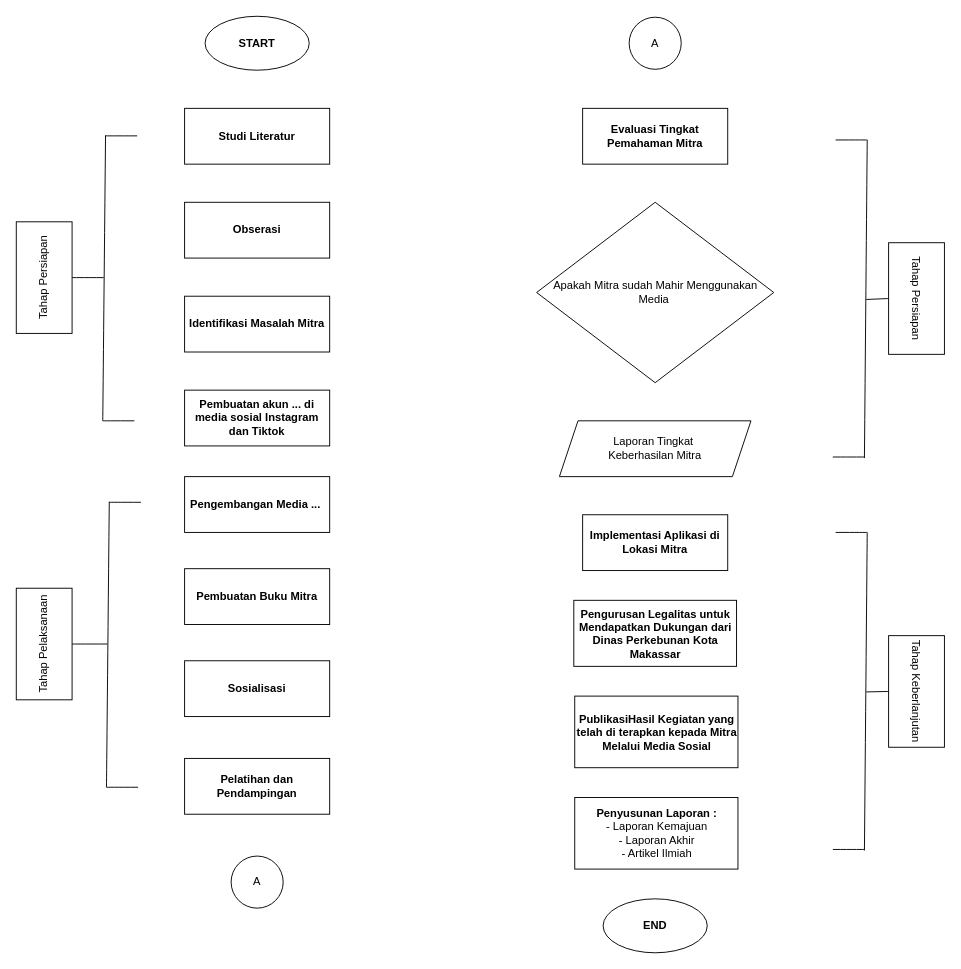
The draw.io diagram Metode Riset.drawio in NahwaKakaa/Draw.Io, before the edit. Source tidied: cells renumbered, new cells numbered last; positions are measured from the earlier drawing's top-left corner, leaving out a move shared by most shapes. Both pictures are drawn from the tidied source at 93%, with x=0, y=0 at pixel (-12, 16).
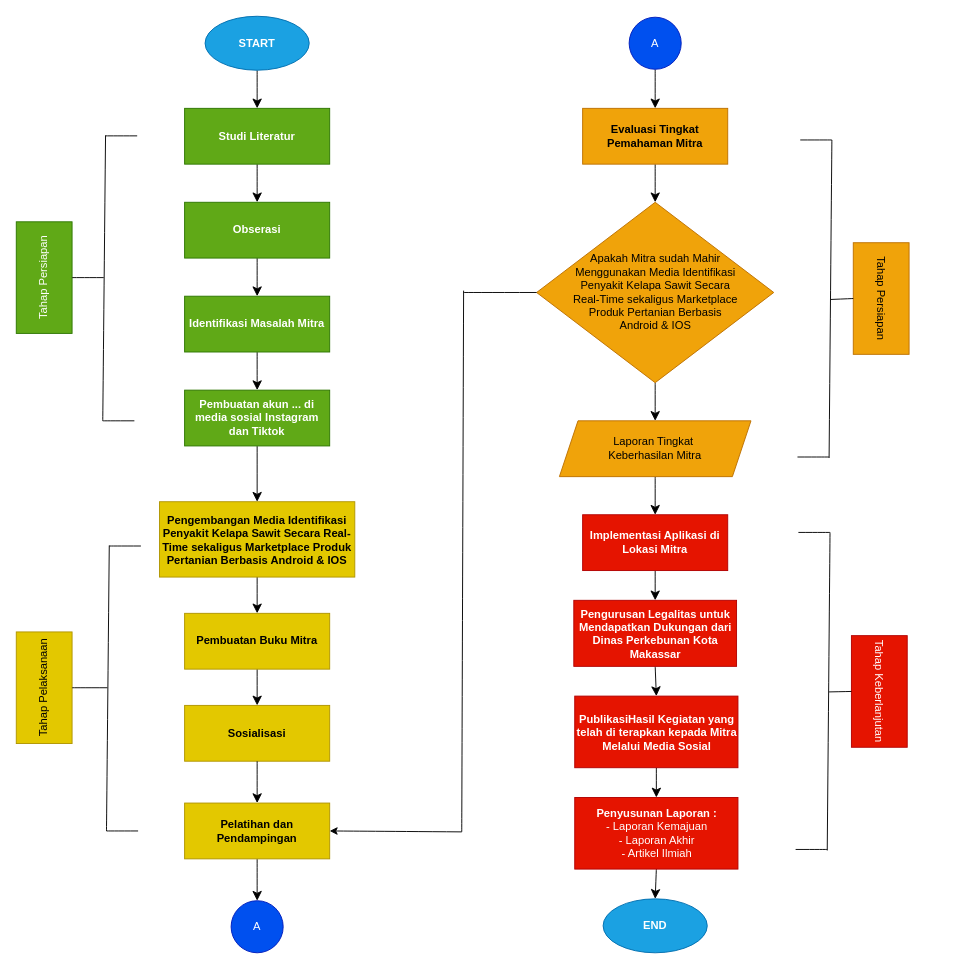
Above is the later version.

Diff of the diagram source:
```diff
@@
-<mxGraphModel>
+<mxGraphModel background="#FFFFFF">
@@
+    <mxCell id="45" style="edgeStyle=none;curved=1;rounded=0;jettySize=auto;html=1;exitX=0.5;exitY=1;exitDx=0;exitDy=0;fontSize=12;startSize=8;endSize=8;" parent="1" edge="1" source="2" target="3">
+      <mxGeometry relative="1" as="geometry" />
+    </mxCell>
-    <mxCell id="2" value="&lt;h4&gt;&lt;font&gt;START&lt;/font&gt;&lt;/h4&gt;" style="ellipse;whiteSpace=wrap;html=1;" parent="1" vertex="1">
+    <mxCell id="2" value="&lt;h4&gt;&lt;font&gt;START&lt;/font&gt;&lt;/h4&gt;" style="ellipse;whiteSpace=wrap;html=1;fillColor=#1ba1e2;fontColor=#ffffff;strokeColor=#006EAF;" parent="1" vertex="1">
       <mxGeometry x="233" width="112" height="58" as="geometry" />
     </mxCell>
+    <mxCell id="46" style="edgeStyle=none;curved=1;rounded=0;jettySize=auto;html=1;exitX=0.5;exitY=1;exitDx=0;exitDy=0;entryX=0.5;entryY=0;entryDx=0;entryDy=0;fontSize=12;startSize=8;endSize=8;" parent="1" edge="1" source="3" target="4">
+      <mxGeometry relative="1" as="geometry" />
+    </mxCell>
-    <mxCell id="3" value="&lt;h4&gt;Studi Literatur&lt;/h4&gt;" style="rounded=0;whiteSpace=wrap;html=1;" parent="1" vertex="1">
+    <mxCell id="3" value="&lt;h4&gt;Studi Literatur&lt;/h4&gt;" style="rounded=0;whiteSpace=wrap;html=1;fillColor=#60a917;fontColor=#ffffff;strokeColor=#2D7600;" parent="1" vertex="1">
       <mxGeometry x="211" y="99" width="156" height="60" as="geometry" />
     </mxCell>
+    <mxCell id="47" style="edgeStyle=none;curved=1;rounded=0;jettySize=auto;html=1;exitX=0.5;exitY=1;exitDx=0;exitDy=0;entryX=0.5;entryY=0;entryDx=0;entryDy=0;fontSize=12;startSize=8;endSize=8;" parent="1" edge="1" source="4" target="5">
+      <mxGeometry relative="1" as="geometry" />
+    </mxCell>
-    <mxCell id="4" value="&lt;h4&gt;Obserasi&lt;/h4&gt;" style="rounded=0;whiteSpace=wrap;html=1;" parent="1" vertex="1">
+    <mxCell id="4" value="&lt;h4&gt;Obserasi&lt;/h4&gt;" style="rounded=0;whiteSpace=wrap;html=1;fillColor=#60a917;fontColor=#ffffff;strokeColor=#2D7600;" parent="1" vertex="1">
       <mxGeometry x="211" y="200" width="156" height="60" as="geometry" />
     </mxCell>
+    <mxCell id="48" style="edgeStyle=none;curved=1;rounded=0;jettySize=auto;html=1;exitX=0.5;exitY=1;exitDx=0;exitDy=0;fontSize=12;startSize=8;endSize=8;" parent="1" edge="1" source="5" target="6">
+      <mxGeometry relative="1" as="geometry" />
+    </mxCell>
-    <mxCell id="5" value="&lt;h4&gt;Identifikasi Masalah Mitra&lt;/h4&gt;" style="rounded=0;whiteSpace=wrap;html=1;" parent="1" vertex="1">
+    <mxCell id="5" value="&lt;h4&gt;Identifikasi Masalah Mitra&lt;/h4&gt;" style="rounded=0;whiteSpace=wrap;html=1;fillColor=#60a917;fontColor=#ffffff;strokeColor=#2D7600;" parent="1" vertex="1">
       <mxGeometry x="211" y="301" width="156" height="60" as="geometry" />
     </mxCell>
+    <mxCell id="49" style="edgeStyle=none;curved=1;rounded=0;jettySize=auto;html=1;exitX=0.5;exitY=1;exitDx=0;exitDy=0;entryX=0.5;entryY=0;entryDx=0;entryDy=0;fontSize=12;startSize=8;endSize=8;" parent="1" edge="1" source="6" target="7">
+      <mxGeometry relative="1" as="geometry" />
+    </mxCell>
-    <mxCell id="6" value="&lt;h4&gt;Pembuatan akun ... di media sosial Instagram dan Tiktok&lt;/h4&gt;" style="rounded=0;whiteSpace=wrap;html=1;" parent="1" vertex="1">
+    <mxCell id="6" value="&lt;h4&gt;Pembuatan akun ... di media sosial Instagram dan Tiktok&lt;/h4&gt;" style="rounded=0;whiteSpace=wrap;html=1;fillColor=#60a917;fontColor=#ffffff;strokeColor=#2D7600;" parent="1" vertex="1">
       <mxGeometry x="211" y="402" width="156" height="60" as="geometry" />
     </mxCell>
+    <mxCell id="50" style="edgeStyle=none;curved=1;rounded=0;jettySize=auto;html=1;exitX=0.5;exitY=1;exitDx=0;exitDy=0;entryX=0.5;entryY=0;entryDx=0;entryDy=0;fontSize=12;startSize=8;endSize=8;" parent="1" edge="1" source="7" target="8">
+      <mxGeometry relative="1" as="geometry" />
+    </mxCell>
-    <mxCell id="7" value="&lt;h4&gt;Pengembangan Media ...&amp;nbsp;&lt;/h4&gt;" style="rounded=0;whiteSpace=wrap;html=1;" parent="1" vertex="1">
-      <mxGeometry x="211" y="495" width="156" height="60" as="geometry" />
+    <mxCell id="7" value="&lt;h4&gt;Pengembangan Media Identifikasi Penyakit Kelapa Sawit Secara Real-Time sekaligus Marketplace Produk Pertanian Berbasis Android &amp;amp; IOS&lt;/h4&gt;" style="rounded=0;whiteSpace=wrap;html=1;fillColor=#e3c800;fontColor=#000000;strokeColor=#B09500;" parent="1" vertex="1">
+      <mxGeometry x="184" y="522" width="210" height="81" as="geometry" />
     </mxCell>
+    <mxCell id="51" style="edgeStyle=none;curved=1;rounded=0;jettySize=auto;html=1;exitX=0.5;exitY=1;exitDx=0;exitDy=0;fontSize=12;startSize=8;endSize=8;" parent="1" edge="1" source="8" target="9">
+      <mxGeometry relative="1" as="geometry" />
+    </mxCell>
-    <mxCell id="8" value="&lt;h4&gt;Pembuatan Buku Mitra&lt;/h4&gt;" style="rounded=0;whiteSpace=wrap;html=1;" parent="1" vertex="1">
-      <mxGeometry x="211" y="594" width="156" height="60" as="geometry" />
+    <mxCell id="8" value="&lt;h4&gt;Pembuatan Buku Mitra&lt;/h4&gt;" style="rounded=0;whiteSpace=wrap;html=1;fillColor=#e3c800;fontColor=#000000;strokeColor=#B09500;" parent="1" vertex="1">
+      <mxGeometry x="211" y="642" width="156" height="60" as="geometry" />
     </mxCell>
-    <mxCell id="9" value="&lt;h4&gt;Sosialisasi&lt;/h4&gt;" style="rounded=0;whiteSpace=wrap;html=1;" parent="1" vertex="1">
-      <mxGeometry x="211" y="693" width="156" height="60" as="geometry" />
+    <mxCell id="9" value="&lt;h4&gt;Sosialisasi&lt;/h4&gt;" style="rounded=0;whiteSpace=wrap;html=1;fillColor=#e3c800;fontColor=#000000;strokeColor=#B09500;" parent="1" vertex="1">
+      <mxGeometry x="211" y="741" width="156" height="60" as="geometry" />
     </mxCell>
+    <mxCell id="52" style="edgeStyle=none;curved=1;rounded=0;jettySize=auto;html=1;exitX=0.5;exitY=1;exitDx=0;exitDy=0;entryX=0.5;entryY=0;entryDx=0;entryDy=0;fontSize=12;startSize=8;endSize=8;" parent="1" edge="1" source="10" target="23">
+      <mxGeometry relative="1" as="geometry" />
+    </mxCell>
-    <mxCell id="10" value="&lt;h4&gt;Pelatihan dan Pendampingan&lt;/h4&gt;" style="rounded=0;whiteSpace=wrap;html=1;" parent="1" vertex="1">
-      <mxGeometry x="211" y="798" width="156" height="60" as="geometry" />
+    <mxCell id="10" value="&lt;h4&gt;Pelatihan dan Pendampingan&lt;/h4&gt;" style="rounded=0;whiteSpace=wrap;html=1;fillColor=#e3c800;fontColor=#000000;strokeColor=#B09500;" parent="1" vertex="1">
+      <mxGeometry x="211" y="846" width="156" height="60" as="geometry" />
     </mxCell>
-    <mxCell id="11" value="Tahap Persiapan" style="rounded=0;whiteSpace=wrap;html=1;rotation=-90;" parent="1" vertex="1">
+    <mxCell id="11" value="Tahap Persiapan" style="rounded=0;whiteSpace=wrap;html=1;rotation=-90;fillColor=#60a917;fontColor=#ffffff;strokeColor=#2D7600;" parent="1" vertex="1">
       <mxGeometry y="251" width="120" height="60" as="geometry" />
     </mxCell>
-    <mxCell id="12" value="Tahap Pelaksanaan" style="rounded=0;whiteSpace=wrap;html=1;rotation=-90;" parent="1" vertex="1">
-      <mxGeometry y="645" width="120" height="60" as="geometry" />
+    <mxCell id="12" value="Tahap Pelaksanaan" style="rounded=0;whiteSpace=wrap;html=1;rotation=-90;fillColor=#e3c800;fontColor=#000000;strokeColor=#B09500;" parent="1" vertex="1">
+      <mxGeometry y="692" width="120" height="60" as="geometry" />
     </mxCell>
@@
     <mxCell id="18" style="group;" parent="1" vertex="1">
-      <mxGeometry x="127" y="522" width="37" height="307" as="geometry" />
+      <mxGeometry x="127" y="569" width="37" height="307" as="geometry" />
     </mxCell>
@@
-    <mxCell id="23" value="A" style="ellipse;whiteSpace=wrap;html=1;" parent="1" vertex="1">
-      <mxGeometry x="261" y="903" width="56" height="56" as="geometry" />
+    <mxCell id="23" value="A" style="ellipse;whiteSpace=wrap;html=1;fillColor=#0050ef;fontColor=#ffffff;strokeColor=#001DBC;" parent="1" vertex="1">
+      <mxGeometry x="261" y="951" width="56" height="56" as="geometry" />
     </mxCell>
+    <mxCell id="53" style="edgeStyle=none;curved=1;rounded=0;jettySize=auto;html=1;exitX=0.5;exitY=1;exitDx=0;exitDy=0;entryX=0.5;entryY=0;entryDx=0;entryDy=0;fontSize=12;startSize=8;endSize=8;" parent="1" edge="1" source="24" target="25">
+      <mxGeometry relative="1" as="geometry" />
+    </mxCell>
-    <mxCell id="24" value="A" style="ellipse;whiteSpace=wrap;html=1;" parent="1" vertex="1">
+    <mxCell id="24" value="A" style="ellipse;whiteSpace=wrap;html=1;fillColor=#0050ef;fontColor=#ffffff;strokeColor=#001DBC;" parent="1" vertex="1">
       <mxGeometry x="689" y="1" width="56" height="56" as="geometry" />
     </mxCell>
+    <mxCell id="54" style="edgeStyle=none;curved=1;rounded=0;jettySize=auto;html=1;exitX=0.5;exitY=1;exitDx=0;exitDy=0;entryX=0.5;entryY=0;entryDx=0;entryDy=0;fontSize=12;startSize=8;endSize=8;" parent="1" edge="1" source="25" target="26">
+      <mxGeometry relative="1" as="geometry" />
+    </mxCell>
-    <mxCell id="25" value="&lt;h4&gt;Evaluasi Tingkat Pemahaman Mitra&lt;/h4&gt;" style="rounded=0;whiteSpace=wrap;html=1;" parent="1" vertex="1">
+    <mxCell id="25" value="&lt;h4&gt;Evaluasi Tingkat Pemahaman Mitra&lt;/h4&gt;" style="rounded=0;whiteSpace=wrap;html=1;fillColor=#f0a30a;fontColor=#000000;strokeColor=#BD7000;" parent="1" vertex="1">
       <mxGeometry x="639" y="99" width="156" height="60" as="geometry" />
     </mxCell>
+    <mxCell id="55" style="edgeStyle=none;curved=1;rounded=0;jettySize=auto;html=1;exitX=0.5;exitY=1;exitDx=0;exitDy=0;entryX=0.5;entryY=0;entryDx=0;entryDy=0;fontSize=12;startSize=8;endSize=8;" parent="1" edge="1" source="26" target="27">
+      <mxGeometry relative="1" as="geometry" />
+    </mxCell>
-    <mxCell id="26" value="Apakah Mitra sudah Mahir Menggunakan Media&amp;nbsp;" style="rhombus;whiteSpace=wrap;html=1;" parent="1" vertex="1">
+    <mxCell id="26" value="Apakah Mitra sudah Mahir &lt;br&gt;Menggunakan Media Identifikasi &lt;br&gt;Penyakit Kelapa Sawit Secara &lt;br&gt;Real-Time sekaligus Marketplace &lt;br&gt;Produk Pertanian Berbasis &lt;br&gt;Android &amp;amp; IOS" style="rhombus;whiteSpace=wrap;html=1;fillColor=#f0a30a;fontColor=#000000;strokeColor=#BD7000;" parent="1" vertex="1">
       <mxGeometry x="589.5" y="200" width="255" height="194" as="geometry" />
     </mxCell>
+    <mxCell id="56" style="edgeStyle=none;curved=1;rounded=0;jettySize=auto;html=1;exitX=0.5;exitY=1;exitDx=0;exitDy=0;entryX=0.5;entryY=0;entryDx=0;entryDy=0;fontSize=12;startSize=8;endSize=8;" parent="1" edge="1" source="27" target="28">
+      <mxGeometry relative="1" as="geometry" />
+    </mxCell>
-    <mxCell id="27" value="Laporan Tingkat&amp;nbsp;&lt;div&gt;Keberhasilan Mitra&lt;/div&gt;" style="shape=parallelogram;perimeter=parallelogramPerimeter;whiteSpace=wrap;html=1;fixedSize=1;" parent="1" vertex="1">
+    <mxCell id="27" value="Laporan Tingkat&amp;nbsp;&lt;div&gt;Keberhasilan Mitra&lt;/div&gt;" style="shape=parallelogram;perimeter=parallelogramPerimeter;whiteSpace=wrap;html=1;fixedSize=1;fillColor=#f0a30a;fontColor=#000000;strokeColor=#BD7000;" parent="1" vertex="1">
       <mxGeometry x="614" y="435" width="206" height="60" as="geometry" />
     </mxCell>
+    <mxCell id="57" style="edgeStyle=none;curved=1;rounded=0;jettySize=auto;html=1;exitX=0.5;exitY=1;exitDx=0;exitDy=0;entryX=0.5;entryY=0;entryDx=0;entryDy=0;fontSize=12;startSize=8;endSize=8;" parent="1" edge="1" source="28" target="30">
+      <mxGeometry relative="1" as="geometry" />
+    </mxCell>
-    <mxCell id="28" value="&lt;h4&gt;Implementasi Aplikasi di Lokasi Mitra&lt;/h4&gt;" style="rounded=0;whiteSpace=wrap;html=1;" parent="1" vertex="1">
+    <mxCell id="28" value="&lt;h4&gt;Implementasi Aplikasi di Lokasi Mitra&lt;/h4&gt;" style="rounded=0;whiteSpace=wrap;html=1;fillColor=#e51400;fontColor=#ffffff;strokeColor=#B20000;" parent="1" vertex="1">
       <mxGeometry x="639" y="536" width="156" height="60" as="geometry" />
     </mxCell>
+    <mxCell id="58" style="edgeStyle=none;curved=1;rounded=0;jettySize=auto;html=1;exitX=0.5;exitY=1;exitDx=0;exitDy=0;entryX=0.5;entryY=0;entryDx=0;entryDy=0;fontSize=12;startSize=8;endSize=8;" parent="1" edge="1" source="29" target="31">
+      <mxGeometry relative="1" as="geometry" />
+    </mxCell>
-    <mxCell id="29" value="&lt;h4&gt;PublikasiHasil Kegiatan yang telah di terapkan kepada Mitra Melalui Media Sosial&lt;/h4&gt;" style="rounded=0;whiteSpace=wrap;html=1;" parent="1" vertex="1">
+    <mxCell id="29" value="&lt;h4&gt;PublikasiHasil Kegiatan yang telah di terapkan kepada Mitra Melalui Media Sosial&lt;/h4&gt;" style="rounded=0;whiteSpace=wrap;html=1;fillColor=#e51400;fontColor=#ffffff;strokeColor=#B20000;" parent="1" vertex="1">
       <mxGeometry x="630.5" y="731" width="175.5" height="77" as="geometry" />
     </mxCell>
+    <mxCell id="59" style="edgeStyle=none;curved=1;rounded=0;jettySize=auto;html=1;exitX=0.5;exitY=1;exitDx=0;exitDy=0;entryX=0.5;entryY=0;entryDx=0;entryDy=0;fontSize=12;startSize=8;endSize=8;" parent="1" edge="1" source="30" target="29">
+      <mxGeometry relative="1" as="geometry" />
+    </mxCell>
-    <mxCell id="30" value="&lt;h4&gt;Pengurusan Legalitas untuk Mendapatkan Dukungan dari Dinas Perkebunan Kota Makassar&lt;/h4&gt;" style="rounded=0;whiteSpace=wrap;html=1;" parent="1" vertex="1">
+    <mxCell id="30" value="&lt;h4&gt;Pengurusan Legalitas untuk Mendapatkan Dukungan dari Dinas Perkebunan Kota Makassar&lt;/h4&gt;" style="rounded=0;whiteSpace=wrap;html=1;fillColor=#e51400;fontColor=#ffffff;strokeColor=#B20000;" parent="1" vertex="1">
       <mxGeometry x="629.5" y="628" width="175" height="71" as="geometry" />
     </mxCell>
+    <mxCell id="60" style="edgeStyle=none;curved=1;rounded=0;jettySize=auto;html=1;exitX=0.5;exitY=1;exitDx=0;exitDy=0;entryX=0.5;entryY=0;entryDx=0;entryDy=0;fontSize=12;startSize=8;endSize=8;" parent="1" edge="1" source="31" target="32">
+      <mxGeometry relative="1" as="geometry" />
+    </mxCell>
-    <mxCell id="31" value="&lt;h4&gt;Penyusunan Laporan :&lt;br&gt;&lt;span style=&quot;background-color: transparent; color: light-dark(rgb(0, 0, 0), rgb(255, 255, 255)); font-weight: normal;&quot;&gt;- Laporan Kemajuan&lt;br&gt;&lt;/span&gt;&lt;span style=&quot;background-color: transparent; color: light-dark(rgb(0, 0, 0), rgb(255, 255, 255)); font-weight: normal;&quot;&gt;- Laporan Akhir&lt;br&gt;&lt;/span&gt;&lt;span style=&quot;background-color: transparent; color: light-dark(rgb(0, 0, 0), rgb(255, 255, 255)); font-weight: normal;&quot;&gt;- Artikel Ilmiah&lt;/span&gt;&lt;/h4&gt;" style="rounded=0;whiteSpace=wrap;html=1;align=center;" parent="1" vertex="1">
+    <mxCell id="31" value="&lt;h4&gt;&lt;font style=&quot;color: rgb(255, 255, 255);&quot;&gt;Penyusunan Laporan :&lt;br&gt;&lt;span style=&quot;background-color: transparent; font-weight: normal;&quot;&gt;- Laporan Kemajuan&lt;br&gt;&lt;/span&gt;&lt;span style=&quot;background-color: transparent; font-weight: normal;&quot;&gt;- Laporan Akhir&lt;br&gt;&lt;/span&gt;&lt;span style=&quot;background-color: transparent; font-weight: normal;&quot;&gt;- Artikel Ilmiah&lt;/span&gt;&lt;/font&gt;&lt;/h4&gt;" style="rounded=0;whiteSpace=wrap;html=1;align=center;fillColor=#e51400;fontColor=#ffffff;strokeColor=#B20000;" parent="1" vertex="1">
       <mxGeometry x="630.5" y="840" width="175.5" height="77" as="geometry" />
     </mxCell>
-    <mxCell id="32" value="&lt;h4&gt;&lt;font&gt;END&lt;/font&gt;&lt;/h4&gt;" style="ellipse;whiteSpace=wrap;html=1;" parent="1" vertex="1">
+    <mxCell id="32" value="&lt;h4&gt;&lt;font&gt;END&lt;/font&gt;&lt;/h4&gt;" style="ellipse;whiteSpace=wrap;html=1;fillColor=#1ba1e2;fontColor=#ffffff;strokeColor=#006EAF;" parent="1" vertex="1">
       <mxGeometry x="661" y="949" width="112" height="58" as="geometry" />
     </mxCell>
-    <mxCell id="33" value="Tahap Persiapan" style="rounded=0;whiteSpace=wrap;html=1;rotation=90;" parent="1" vertex="1">
-      <mxGeometry x="938" y="273.5" width="120" height="60" as="geometry" />
+    <mxCell id="33" value="Tahap Persiapan" style="rounded=0;whiteSpace=wrap;html=1;rotation=90;fillColor=#f0a30a;fontColor=#000000;strokeColor=#BD7000;" parent="1" vertex="1">
+      <mxGeometry x="900" y="273.5" width="120" height="60" as="geometry" />
     </mxCell>
-    <mxCell id="34" value="Tahap Keberlanjutan" style="rounded=0;whiteSpace=wrap;html=1;rotation=90;" parent="1" vertex="1">
-      <mxGeometry x="938" y="696" width="120" height="60" as="geometry" />
+    <mxCell id="34" value="Tahap Keberlanjutan" style="rounded=0;whiteSpace=wrap;html=1;rotation=90;fillColor=#e51400;fontColor=#ffffff;strokeColor=#B20000;" parent="1" vertex="1">
+      <mxGeometry x="898" y="696" width="120" height="60" as="geometry" />
     </mxCell>
     <mxCell id="35" style="group;rotation=-180;" parent="1" vertex="1">
-      <mxGeometry x="908" y="516" width="37" height="342" as="geometry" />
+      <mxGeometry x="868" y="516" width="37" height="342" as="geometry" />
     </mxCell>
@@
     <mxCell id="40" style="group;rotation=-180;" parent="1" vertex="1">
-      <mxGeometry x="908" y="94" width="37" height="342" as="geometry" />
+      <mxGeometry x="870" y="94" width="37" height="342" as="geometry" />
     </mxCell>
@@
+    <mxCell id="61" style="edgeStyle=none;curved=1;rounded=0;jettySize=auto;html=1;exitX=0.5;exitY=1;exitDx=0;exitDy=0;fontSize=12;startSize=8;endSize=8;" parent="1" edge="1" source="9" target="10">
+      <mxGeometry relative="1" as="geometry" />
+    </mxCell>
+    <mxCell id="62" style="endArrow=none;html=1;rounded=0;fontSize=12;startSize=8;endSize=8;curved=1;entryX=0;entryY=0.5;entryDx=0;entryDy=0;" parent="1" edge="1" target="26">
+      <mxGeometry relative="1" as="geometry">
+        <mxPoint x="511" y="297" as="sourcePoint" />
+      </mxGeometry>
+    </mxCell>
+    <mxCell id="63" style="endArrow=none;html=1;rounded=0;fontSize=12;startSize=8;endSize=8;curved=1;" parent="1" edge="1">
+      <mxGeometry relative="1" as="geometry">
+        <mxPoint x="509" y="877" as="sourcePoint" />
+        <mxPoint x="511" y="295" as="targetPoint" />
+      </mxGeometry>
+    </mxCell>
+    <mxCell id="64" style="endArrow=none;html=1;rounded=0;fontSize=12;curved=1;strokeColor=default;startArrow=classic;startFill=1;exitX=1;exitY=0.5;exitDx=0;exitDy=0;" parent="1" edge="1" source="10">
+      <mxGeometry relative="1" as="geometry">
+        <mxPoint x="509" y="877" as="targetPoint" />
+      </mxGeometry>
+    </mxCell>
```
